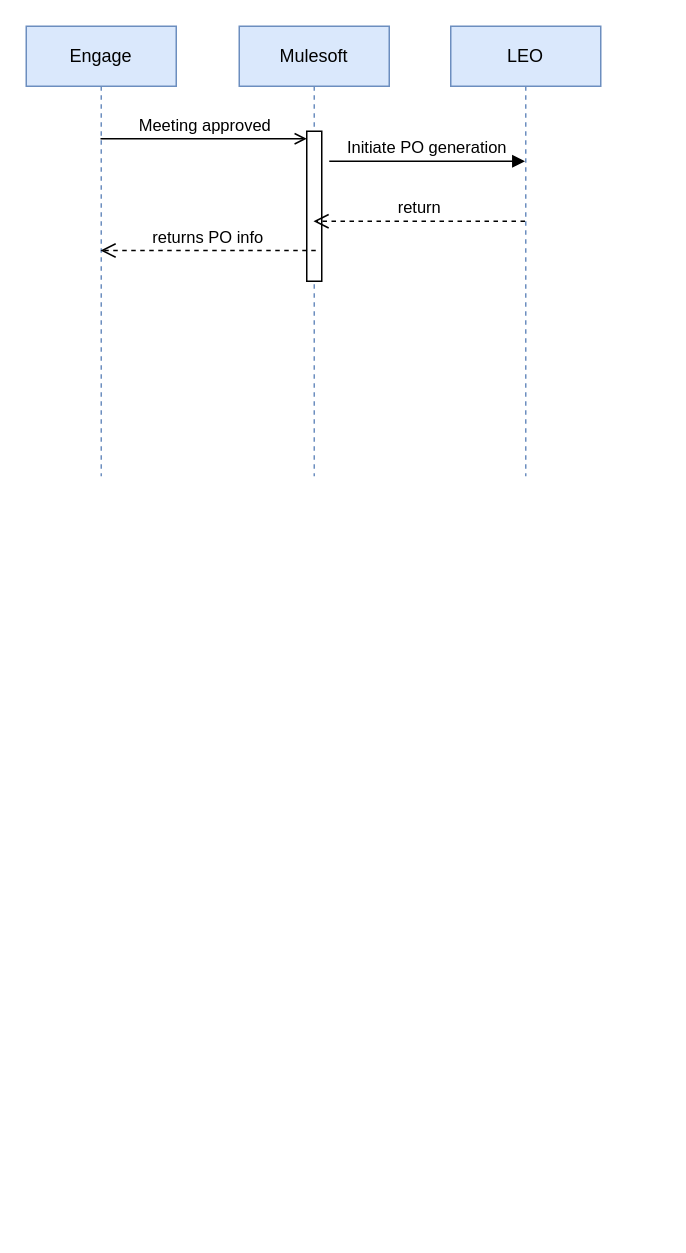
Above: Opella-LEO.drawio in abarrow/awesome-project (draw.io), before the change. Source tidied: cells renumbered, new cells numbered last; positions are measured from the earlier drawing's top-left corner, leaving out a move shared by most shapes. Both pictures are drawn from the tidied source at 150%, with x=0, y=0 at pixel (26, 26).
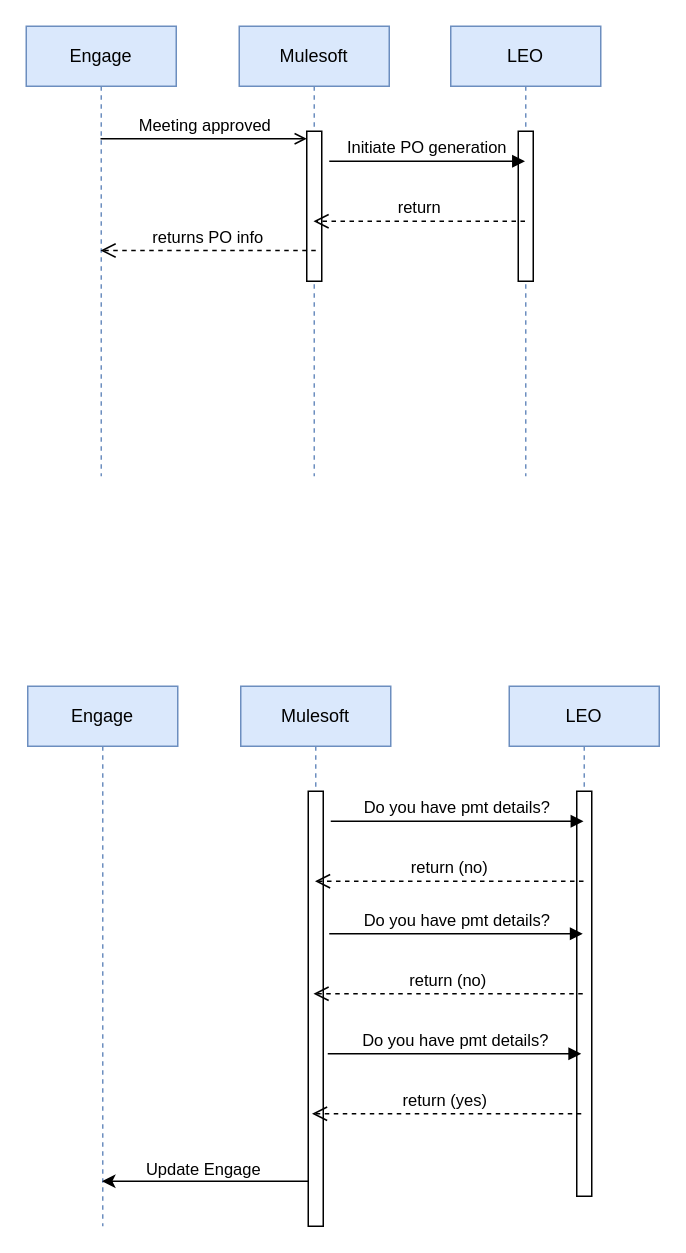
The same diagram, later.

The change refers to these unchanged cells:
```xml
<mxCell id="5" value="LEO" style="shape=umlLifeline;perimeter=lifelinePerimeter;whiteSpace=wrap;html=1;outlineConnect=0;portConstraint=eastwest;newEdgeStyle={&quot;edgeStyle&quot;:&quot;elbowEdgeStyle&quot;,&quot;elbow&quot;:&quot;vertical&quot;,&quot;curved&quot;:0,&quot;rounded&quot;:0};fillColor=#dae8fc;strokeColor=#6c8ebf;" parent="1" vertex="1">
  <mxGeometry x="283" width="100" height="300" as="geometry" />
</mxCell>
```

The edit, as a diff of the source:
```diff
@@
+    <mxCell id="10" style="html=1;perimeter=orthogonalPerimeter;targetShapes=umlLifeline;newEdgeStyle={&quot;curved&quot;:0,&quot;rounded&quot;:0};" parent="5" vertex="1">
+      <mxGeometry x="45" y="70" width="10" height="100" as="geometry" />
+    </mxCell>
@@
+    <mxCell id="11" value="Engage" style="shape=umlLifeline;perimeter=lifelinePerimeter;whiteSpace=wrap;html=1;newEdgeStyle={&quot;edgeStyle&quot;:&quot;elbowEdgeStyle&quot;,&quot;elbow&quot;:&quot;vertical&quot;,&quot;curved&quot;:0,&quot;rounded&quot;:0};fillColor=#dae8fc;strokeColor=#6c8ebf;" parent="1" vertex="1">
+      <mxGeometry x="1" y="440" width="100" height="360" as="geometry" />
+    </mxCell>
+    <mxCell id="12" value="Mulesoft" style="shape=umlLifeline;perimeter=lifelinePerimeter;whiteSpace=wrap;html=1;newEdgeStyle={&quot;edgeStyle&quot;:&quot;elbowEdgeStyle&quot;,&quot;elbow&quot;:&quot;vertical&quot;,&quot;curved&quot;:0,&quot;rounded&quot;:0};fillColor=#dae8fc;strokeColor=#6c8ebf;" parent="1" vertex="1">
+      <mxGeometry x="143" y="440" width="100" height="360" as="geometry" />
+    </mxCell>
+    <mxCell id="13" style="html=1;perimeter=orthogonalPerimeter;targetShapes=umlLifeline;newEdgeStyle={&quot;curved&quot;:0,&quot;rounded&quot;:0};" parent="12" vertex="1">
+      <mxGeometry x="45" y="70" width="10" height="290" as="geometry" />
+    </mxCell>
+    <mxCell id="14" value="LEO" style="shape=umlLifeline;perimeter=lifelinePerimeter;whiteSpace=wrap;html=1;outlineConnect=0;portConstraint=eastwest;newEdgeStyle={&quot;edgeStyle&quot;:&quot;elbowEdgeStyle&quot;,&quot;elbow&quot;:&quot;vertical&quot;,&quot;curved&quot;:0,&quot;rounded&quot;:0};fillColor=#dae8fc;strokeColor=#6c8ebf;" parent="1" vertex="1">
+      <mxGeometry x="322" y="440" width="100" height="340" as="geometry" />
+    </mxCell>
+    <mxCell id="15" style="html=1;perimeter=orthogonalPerimeter;targetShapes=umlLifeline;newEdgeStyle={&quot;curved&quot;:0,&quot;rounded&quot;:0};" parent="14" vertex="1">
+      <mxGeometry x="45" y="70" width="10" height="270" as="geometry" />
+    </mxCell>
+    <mxCell id="16" value="Do you have pmt details?" style="html=1;verticalAlign=bottom;endArrow=block;curved=0;rounded=0;" parent="1" edge="1" target="14">
+      <mxGeometry relative="1" as="geometry">
+        <mxPoint x="203" y="530" as="sourcePoint" />
+      </mxGeometry>
+    </mxCell>
+    <mxCell id="17" value="return (no)" style="html=1;verticalAlign=bottom;endArrow=open;dashed=1;endSize=8;curved=0;rounded=0;" parent="1" edge="1" source="14">
+      <mxGeometry x="0.01" relative="1" as="geometry">
+        <mxPoint x="192.5" y="570" as="targetPoint" />
+      </mxGeometry>
+    </mxCell>
+    <mxCell id="18" value="Do you have pmt details?" style="html=1;verticalAlign=bottom;endArrow=block;curved=0;rounded=0;" parent="1" edge="1">
+      <mxGeometry relative="1" as="geometry">
+        <mxPoint x="202" y="605" as="sourcePoint" />
+        <mxPoint x="371" y="605" as="targetPoint" />
+      </mxGeometry>
+    </mxCell>
+    <mxCell id="19" value="return (no)" style="html=1;verticalAlign=bottom;endArrow=open;dashed=1;endSize=8;curved=0;rounded=0;" parent="1" edge="1">
+      <mxGeometry relative="1" as="geometry">
+        <mxPoint x="371" y="645" as="sourcePoint" />
+        <mxPoint x="191.5" y="645" as="targetPoint" />
+      </mxGeometry>
+    </mxCell>
+    <mxCell id="20" value="Do you have pmt details?" style="html=1;verticalAlign=bottom;endArrow=block;curved=0;rounded=0;" parent="1" edge="1">
+      <mxGeometry relative="1" as="geometry">
+        <mxPoint x="201" y="685" as="sourcePoint" />
+        <mxPoint x="370" y="685" as="targetPoint" />
+      </mxGeometry>
+    </mxCell>
+    <mxCell id="21" value="return (yes)" style="html=1;verticalAlign=bottom;endArrow=open;dashed=1;endSize=8;curved=0;rounded=0;" parent="1" edge="1">
+      <mxGeometry x="0.01" relative="1" as="geometry">
+        <mxPoint x="370" y="725" as="sourcePoint" />
+        <mxPoint x="190.5" y="725" as="targetPoint" />
+      </mxGeometry>
+    </mxCell>
+    <mxCell id="22" style="endArrow=classic;html=1;rounded=0;" parent="1" edge="1">
+      <mxGeometry relative="1" as="geometry">
+        <mxPoint x="188" y="770" as="sourcePoint" />
+        <mxPoint x="50.5" y="770" as="targetPoint" />
+      </mxGeometry>
+    </mxCell>
+    <mxCell id="23" value="Update Engage" style="edgeLabel;html=1;align=center;verticalAlign=middle;" parent="22" vertex="1">
+      <mxGeometry x="0.03" y="1" relative="1" as="geometry">
+        <mxPoint y="-10" as="offset" />
+      </mxGeometry>
+    </mxCell>
```
